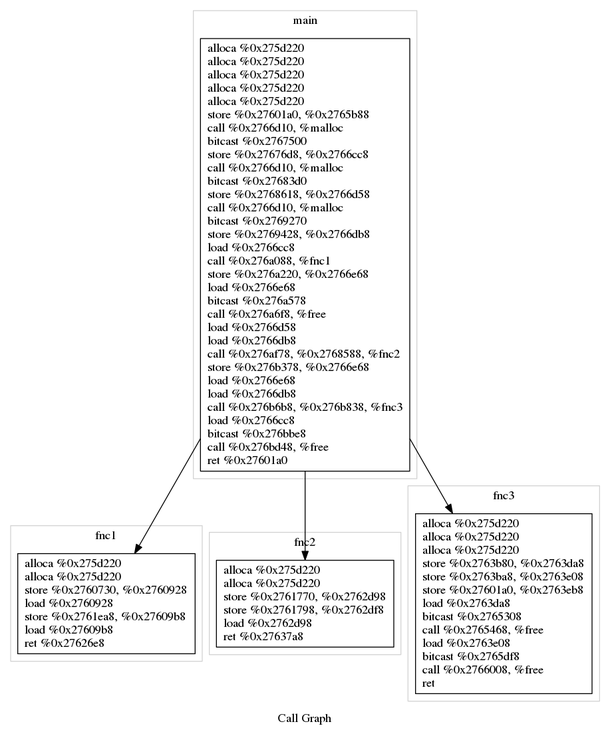
posjkh22/DrawCallGraph keeps this Graphviz diagram as graph.png. Above is the earlier version. Its source is kept beside it as graph.dot.
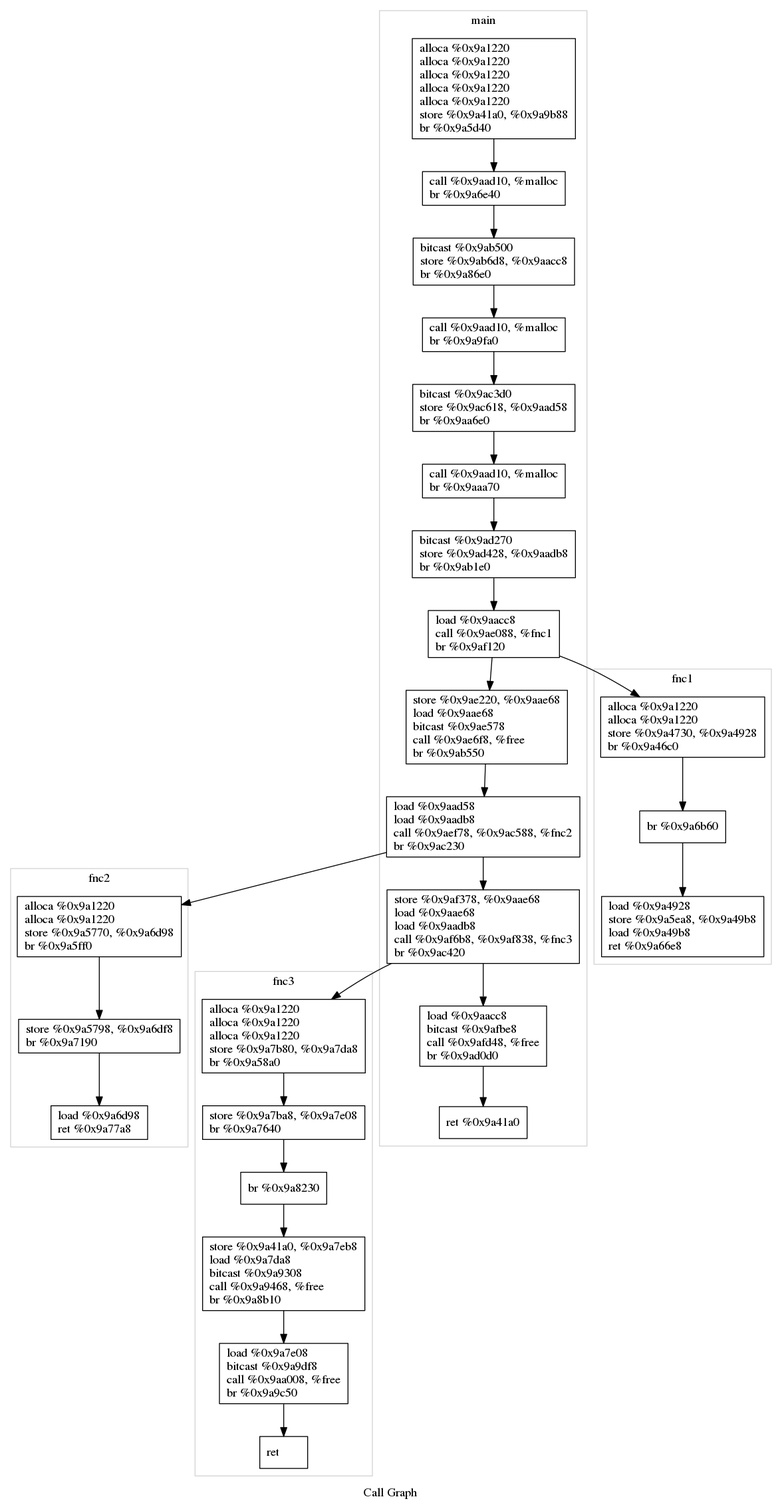
Later version of the same file.

What changed in the source:
```diff
@@ -4,14 +4,22 @@
 	subgraph cluster_0 {
 		color=lightgrey;
 		label="fnc1";
-		Node0x2760860 [shape=record, label="{
-				alloca %0x275d220\l
-				alloca %0x275d220\l
-				store %0x2760730, %0x2760928\l
-				load %0x2760928\l
-				store %0x2761ea8, %0x27609b8\l
-				load %0x27609b8\l
-				ret %0x27626e8\l
+		Node0x9a4860 [shape=record, label="{
+				alloca %0x9a1220\l
+				alloca %0x9a1220\l
+				store %0x9a4730, %0x9a4928\l
+				br %0x9a46c0\l
+			}"];
+		Node0x9a4860 -> Node0x9a46c0;
+		Node0x9a46c0 [shape=record, label="{
+				br %0x9a6b60\l
+			}"];
+		Node0x9a46c0 -> Node0x9a6b60;
+		Node0x9a6b60 [shape=record, label="{
+				load %0x9a4928\l
+				store %0x9a5ea8, %0x9a49b8\l
+				load %0x9a49b8\l
+				ret %0x9a66e8\l
 			}"];
 	}
 	subgraph cluster_1 {
@@ -21,31 +29,59 @@
 	subgraph cluster_2 {
 		color=lightgrey;
 		label="fnc2";
-		Node0x2762cf0 [shape=record, label="{
-				alloca %0x275d220\l
-				alloca %0x275d220\l
-				store %0x2761770, %0x2762d98\l
-				store %0x2761798, %0x2762df8\l
-				load %0x2762d98\l
-				ret %0x27637a8\l
+		Node0x9a6cf0 [shape=record, label="{
+				alloca %0x9a1220\l
+				alloca %0x9a1220\l
+				store %0x9a5770, %0x9a6d98\l
+				br %0x9a5ff0\l
+			}"];
+		Node0x9a6cf0 -> Node0x9a5ff0;
+		Node0x9a5ff0 [shape=record, label="{
+				store %0x9a5798, %0x9a6df8\l
+				br %0x9a7190\l
+			}"];
+		Node0x9a5ff0 -> Node0x9a7190;
+		Node0x9a7190 [shape=record, label="{
+				load %0x9a6d98\l
+				ret %0x9a77a8\l
 			}"];
 	}
 	subgraph cluster_3 {
 		color=lightgrey;
 		label="fnc3";
-		Node0x2763d00 [shape=record, label="{
-				alloca %0x275d220\l
-				alloca %0x275d220\l
-				alloca %0x275d220\l
-				store %0x2763b80, %0x2763da8\l
-				store %0x2763ba8, %0x2763e08\l
-				store %0x27601a0, %0x2763eb8\l
-				load %0x2763da8\l
-				bitcast %0x2765308\l
-				call %0x2765468, %free\l
-				load %0x2763e08\l
-				bitcast %0x2765df8\l
-				call %0x2766008, %free\l
+		Node0x9a7d00 [shape=record, label="{
+				alloca %0x9a1220\l
+				alloca %0x9a1220\l
+				alloca %0x9a1220\l
+				store %0x9a7b80, %0x9a7da8\l
+				br %0x9a58a0\l
+			}"];
+		Node0x9a7d00 -> Node0x9a58a0;
+		Node0x9a58a0 [shape=record, label="{
+				store %0x9a7ba8, %0x9a7e08\l
+				br %0x9a7640\l
+			}"];
+		Node0x9a58a0 -> Node0x9a7640;
+		Node0x9a7640 [shape=record, label="{
+				br %0x9a8230\l
+			}"];
+		Node0x9a7640 -> Node0x9a8230;
+		Node0x9a8230 [shape=record, label="{
+				store %0x9a41a0, %0x9a7eb8\l
+				load %0x9a7da8\l
+				bitcast %0x9a9308\l
+				call %0x9a9468, %free\l
+				br %0x9a8b10\l
+			}"];
+		Node0x9a8230 -> Node0x9a8b10;
+		Node0x9a8b10 [shape=record, label="{
+				load %0x9a7e08\l
+				bitcast %0x9a9df8\l
+				call %0x9aa008, %free\l
+				br %0x9a9c50\l
+			}"];
+		Node0x9a8b10 -> Node0x9a9c50;
+		Node0x9a9c50 [shape=record, label="{
 				ret \l
 			}"];
 	}
@@ -56,46 +92,94 @@
 	subgraph cluster_5 {
 		color=lightgrey;
 		label="main";
-		Node0x2766be0 [shape=record, label="{
-				alloca %0x275d220\l
-				alloca %0x275d220\l
-				alloca %0x275d220\l
-				alloca %0x275d220\l
-				alloca %0x275d220\l
-				store %0x27601a0, %0x2765b88\l
-				call %0x2766d10, %malloc\l
-				bitcast %0x2767500\l
-				store %0x27676d8, %0x2766cc8\l
-				call %0x2766d10, %malloc\l
-				bitcast %0x27683d0\l
-				store %0x2768618, %0x2766d58\l
-				call %0x2766d10, %malloc\l
-				bitcast %0x2769270\l
-				store %0x2769428, %0x2766db8\l
-				load %0x2766cc8\l
-				call %0x276a088, %fnc1\l
-				store %0x276a220, %0x2766e68\l
-				load %0x2766e68\l
-				bitcast %0x276a578\l
-				call %0x276a6f8, %free\l
-				load %0x2766d58\l
-				load %0x2766db8\l
-				call %0x276af78, %0x2768588, %fnc2\l
-				store %0x276b378, %0x2766e68\l
-				load %0x2766e68\l
-				load %0x2766db8\l
-				call %0x276b6b8, %0x276b838, %fnc3\l
-				load %0x2766cc8\l
-				bitcast %0x276bbe8\l
-				call %0x276bd48, %free\l
-				ret %0x27601a0\l
+		Node0x9aabe0 [shape=record, label="{
+				alloca %0x9a1220\l
+				alloca %0x9a1220\l
+				alloca %0x9a1220\l
+				alloca %0x9a1220\l
+				alloca %0x9a1220\l
+				store %0x9a41a0, %0x9a9b88\l
+				br %0x9a5d40\l
+			}"];
+		Node0x9aabe0 -> Node0x9a5d40;
+		Node0x9a5d40 [shape=record, label="{
+				call %0x9aad10, %malloc\l
+				br %0x9a6e40\l
+			}"];
+		Node0x9a5d40 -> Node0x9a6e40;
+		Node0x9a6e40 [shape=record, label="{
+				bitcast %0x9ab500\l
+				store %0x9ab6d8, %0x9aacc8\l
+				br %0x9a86e0\l
+			}"];
+		Node0x9a6e40 -> Node0x9a86e0;
+		Node0x9a86e0 [shape=record, label="{
+				call %0x9aad10, %malloc\l
+				br %0x9a9fa0\l
+			}"];
+		Node0x9a86e0 -> Node0x9a9fa0;
+		Node0x9a9fa0 [shape=record, label="{
+				bitcast %0x9ac3d0\l
+				store %0x9ac618, %0x9aad58\l
+				br %0x9aa6e0\l
+			}"];
+		Node0x9a9fa0 -> Node0x9aa6e0;
+		Node0x9aa6e0 [shape=record, label="{
+				call %0x9aad10, %malloc\l
+				br %0x9aaa70\l
+			}"];
+		Node0x9aa6e0 -> Node0x9aaa70;
+		Node0x9aaa70 [shape=record, label="{
+				bitcast %0x9ad270\l
+				store %0x9ad428, %0x9aadb8\l
+				br %0x9ab1e0\l
+			}"];
+		Node0x9aaa70 -> Node0x9ab1e0;
+		Node0x9ab1e0 [shape=record, label="{
+				load %0x9aacc8\l
+				call %0x9ae088, %fnc1\l
+				br %0x9af120\l
+			}"];
+		Node0x9ab1e0 -> Node0x9af120;
+		Node0x9af120 [shape=record, label="{
+				store %0x9ae220, %0x9aae68\l
+				load %0x9aae68\l
+				bitcast %0x9ae578\l
+				call %0x9ae6f8, %free\l
+				br %0x9ab550\l
+			}"];
+		Node0x9af120 -> Node0x9ab550;
+		Node0x9ab550 [shape=record, label="{
+				load %0x9aad58\l
+				load %0x9aadb8\l
+				call %0x9aef78, %0x9ac588, %fnc2\l
+				br %0x9ac230\l
+			}"];
+		Node0x9ab550 -> Node0x9ac230;
+		Node0x9ac230 [shape=record, label="{
+				store %0x9af378, %0x9aae68\l
+				load %0x9aae68\l
+				load %0x9aadb8\l
+				call %0x9af6b8, %0x9af838, %fnc3\l
+				br %0x9ac420\l
+			}"];
+		Node0x9ac230 -> Node0x9ac420;
+		Node0x9ac420 [shape=record, label="{
+				load %0x9aacc8\l
+				bitcast %0x9afbe8\l
+				call %0x9afd48, %free\l
+				br %0x9ad0d0\l
+			}"];
+		Node0x9ac420 -> Node0x9ad0d0;
+		Node0x9ad0d0 [shape=record, label="{
+				ret %0x9a41a0\l
 			}"];
 	}
 	subgraph cluster_6 {
 		color=lightgrey;
 		label="malloc";
 	}
-	Node0x2766be0 -> Node0x2760860
-	Node0x2766be0 -> Node0x2762cf0
-	Node0x2766be0 -> Node0x2763d00
+	Node0x9ab1e0 -> Node0x9a4860
+	Node0x9ab550 -> Node0x9a6cf0
+	Node0x9ac230 -> Node0x9a7d00
 }
```
